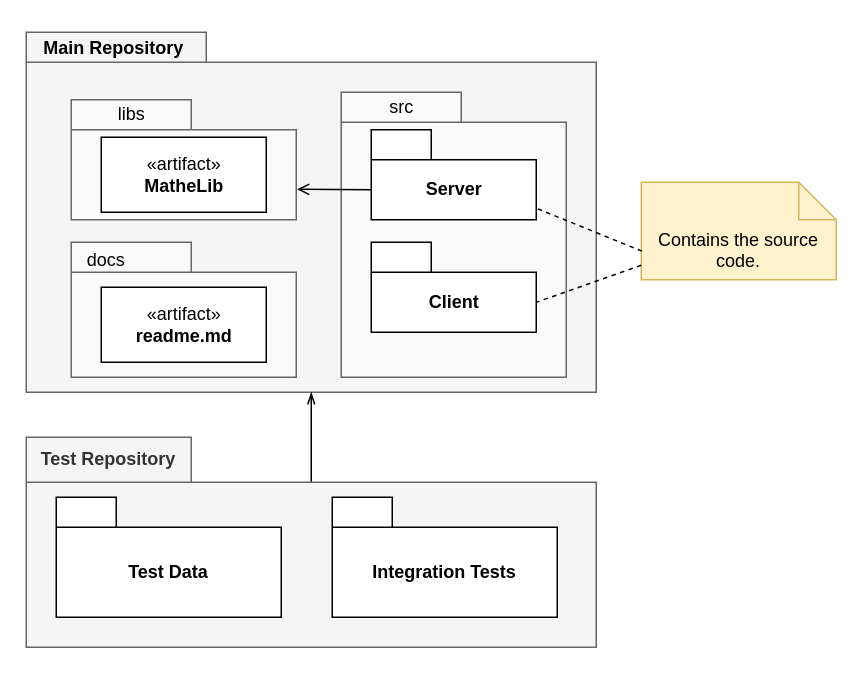
This is page "Beispiel" (2 of 2) of images/rawimages/Paketdiagramm.drawio from HerrLoesch/UMLite, a draw.io file, before an edit. Source tidied: cells renumbered, new cells numbered last; positions are measured from the earlier drawing's top-left corner, leaving out a move shared by most shapes. Both pictures are drawn from the tidied source at 150%, with x=0, y=0 at pixel (26, 26).
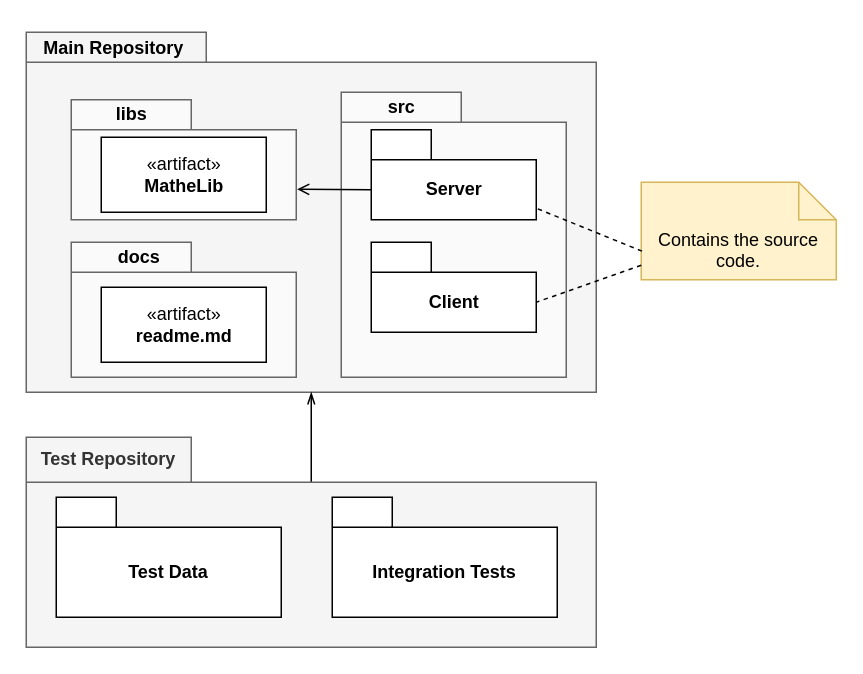
Above is the later version.

Commit message (it also covers changes not shown here):
Beispiel für Paketdiagramm aktualisiert

Change to the diagram source:
```diff
@@
-    <mxCell id="6" value="libs" style="text;html=1;align=center;verticalAlign=middle;strokeColor=none;fillColor=none;" parent="1" vertex="1">
+    <mxCell id="6" value="libs" style="text;html=1;align=center;verticalAlign=middle;strokeColor=none;fillColor=none;fontStyle=1;" parent="1" vertex="1">
       <mxGeometry x="50" y="44" width="40" height="30" as="geometry" />
     </mxCell>
-    <mxCell id="7" value="src" style="text;html=1;align=center;verticalAlign=middle;strokeColor=none;fillColor=none;" parent="1" vertex="1">
+    <mxCell id="7" value="src" style="text;html=1;align=center;verticalAlign=middle;strokeColor=none;fillColor=none;fontStyle=1;" parent="1" vertex="1">
       <mxGeometry x="230" y="39" width="40" height="30" as="geometry" />
     </mxCell>
@@
-    <mxCell id="10" value="docs" style="text;html=1;align=center;verticalAlign=middle;strokeColor=none;fillColor=none;" parent="1" vertex="1">
-      <mxGeometry x="28" y="141" width="50" height="30" as="geometry" />
+    <mxCell id="10" value="docs" style="text;html=1;align=center;verticalAlign=middle;strokeColor=none;fillColor=none;fontStyle=1;" parent="1" vertex="1">
+      <mxGeometry x="50" y="139" width="50" height="30" as="geometry" />
     </mxCell>
```
